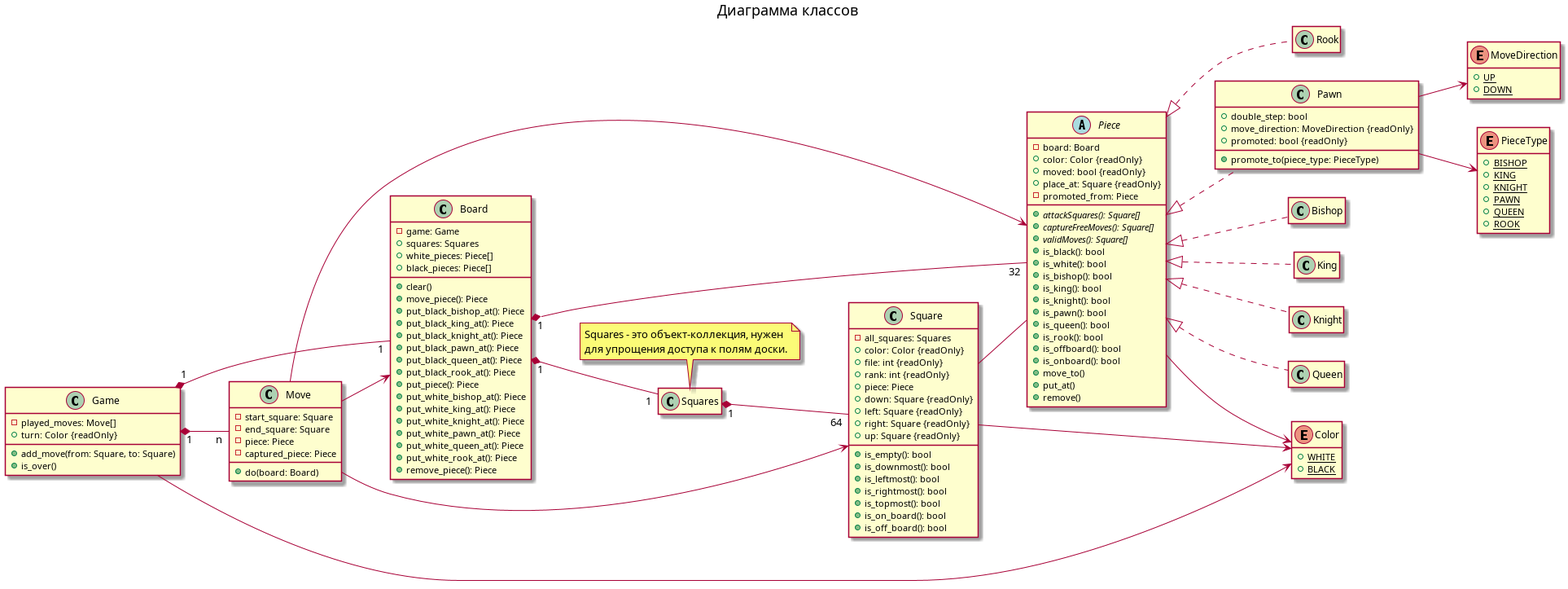
Above: docs/chess.png in jaeshaed/531-chess (PlantUML), before the change. Its source is kept beside it as docs/chess.puml.
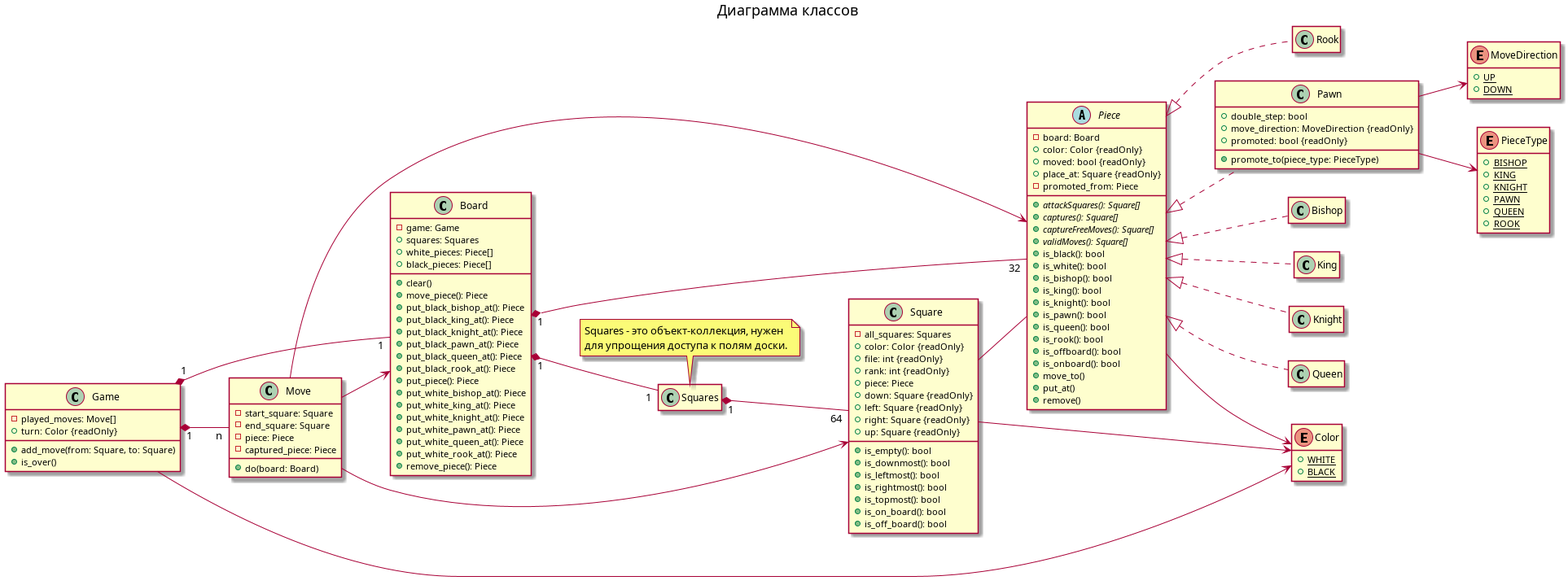
The same file after the commit.

Commit message:
Обновил диаграмму классов (добавил Piece::captures()).

Diff of the diagram source:
```diff
@@ -80,6 +80,7 @@
   +place_at: Square {readOnly}
   -promoted_from: Piece
   {abstract} +attackSquares(): Square[]
+  {abstract} +captures(): Square[]
   {abstract} +captureFreeMoves(): Square[]
   {abstract} +validMoves(): Square[]
   +is_black(): bool
```
